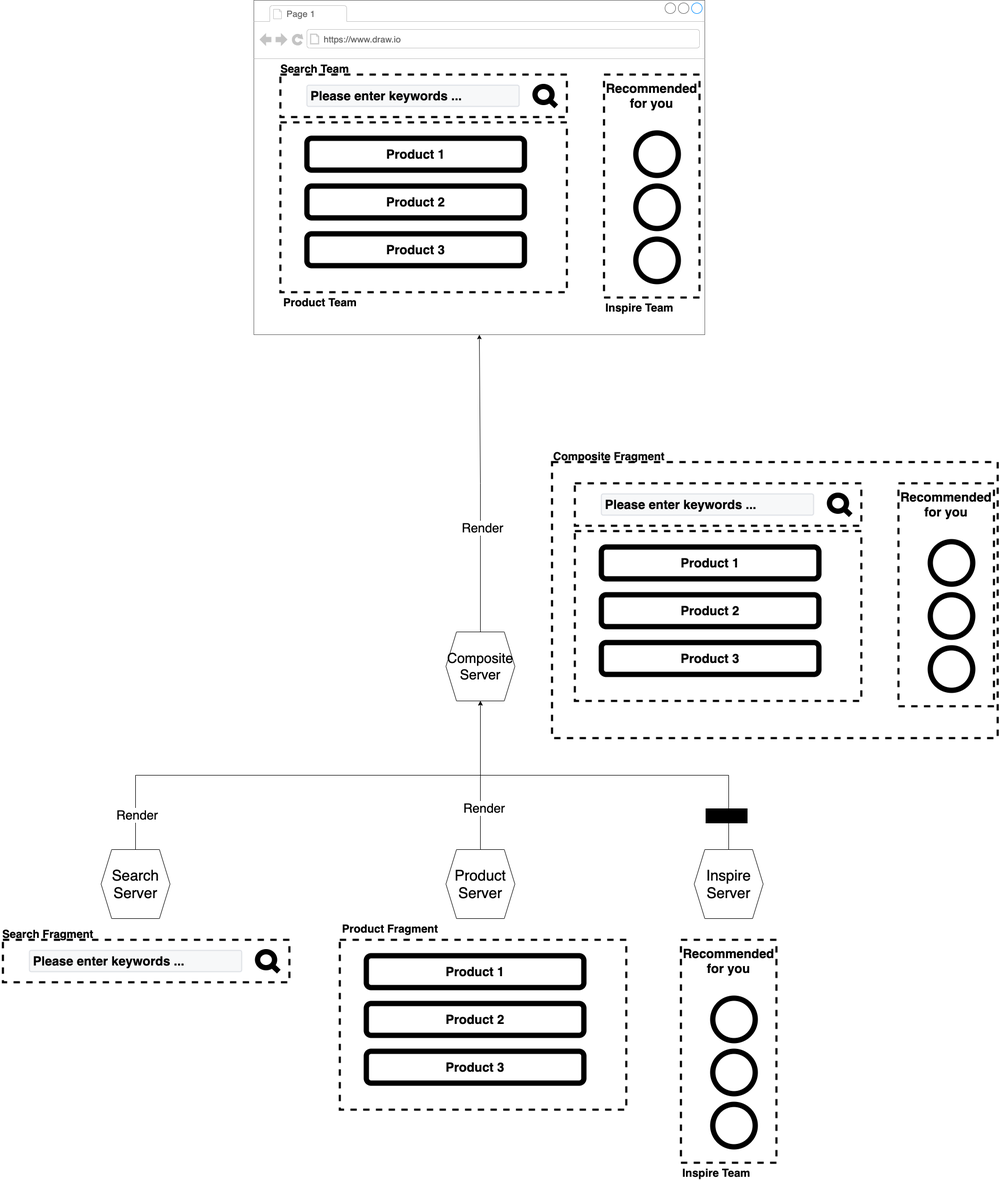
The draw.io diagram assets/images/drawio/microfrontends/server-side-composition.png in silverbirder/Introduction_to_Micro_Frontends, before a commit. Source tidied: cells renumbered, new cells last; positions are measured from the earlier drawing's top-left corner, leaving out a move shared by most shapes.
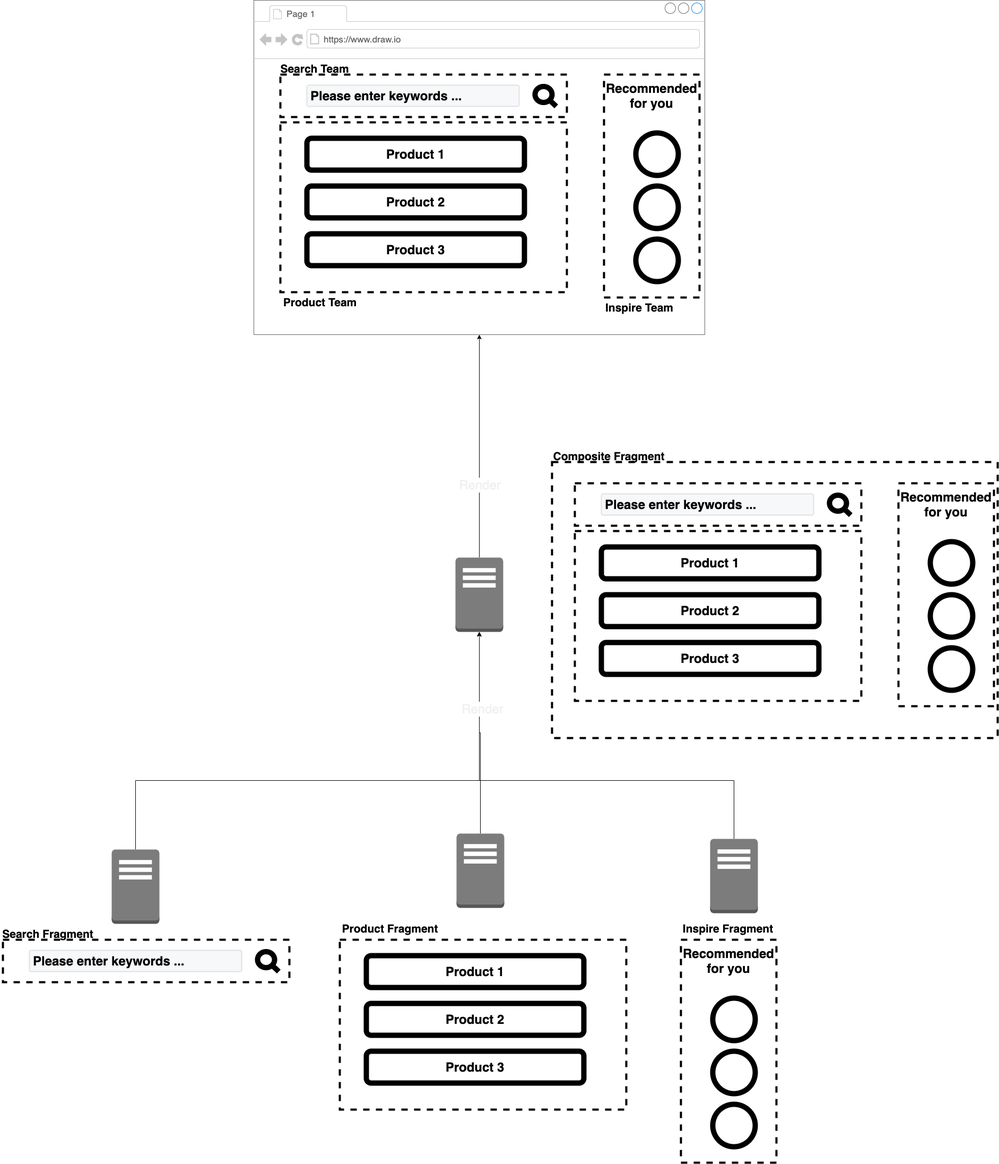
The same file after the commit.

Diff of the diagram source:
```diff
@@ -2,28 +2,6 @@
   <root>
     <mxCell id="0" />
     <mxCell id="1" parent="0" />
-    <mxCell id="2" style="edgeStyle=orthogonalEdgeStyle;rounded=0;jettySize=auto;html=1;exitX=0.5;exitY=0;exitDx=0;exitDy=0;" parent="1" edge="1" source="4" target="43">
-      <mxGeometry relative="1" as="geometry" />
-    </mxCell>
-    <mxCell id="3" value="&lt;span style=&quot;font-size: 24px&quot;&gt;Render&lt;/span&gt;" style="edgeLabel;html=1;align=center;verticalAlign=middle;" parent="2" vertex="1">
-      <mxGeometry x="-0.85" y="-2" relative="1" as="geometry">
-        <mxPoint y="1" as="offset" />
-      </mxGeometry>
-    </mxCell>
-    <mxCell id="4" value="&lt;font style=&quot;font-size: 28px&quot;&gt;Search Server&lt;/font&gt;" style="shape=hexagon;perimeter=hexagonPerimeter2;whiteSpace=wrap;html=1;fixedSize=1;" parent="1" vertex="1">
-      <mxGeometry x="190" y="1600" width="130" height="130" as="geometry" />
-    </mxCell>
-    <mxCell id="5" style="edgeStyle=orthogonalEdgeStyle;rounded=0;jettySize=auto;html=1;exitX=0.5;exitY=0;exitDx=0;exitDy=0;entryX=0.5;entryY=1;entryDx=0;entryDy=0;" parent="1" edge="1" source="7" target="43">
-      <mxGeometry relative="1" as="geometry" />
-    </mxCell>
-    <mxCell id="6" value="&lt;span style=&quot;font-size: 24px&quot;&gt;Render&lt;/span&gt;" style="edgeLabel;html=1;align=center;verticalAlign=middle;" parent="5" vertex="1">
-      <mxGeometry x="-0.44" y="-6" relative="1" as="geometry">
-        <mxPoint y="1" as="offset" />
-      </mxGeometry>
-    </mxCell>
-    <mxCell id="7" value="&lt;span style=&quot;font-size: 28px&quot;&gt;Product Server&lt;/span&gt;" style="shape=hexagon;perimeter=hexagonPerimeter2;whiteSpace=wrap;html=1;fixedSize=1;" parent="1" vertex="1">
-      <mxGeometry x="840" y="1600" width="130" height="130" as="geometry" />
-    </mxCell>
     <mxCell id="8" style="strokeWidth=1;shadow=0;dashed=0;align=center;html=1;shape=mxgraph.mockup.containers.browserWindow;rSize=0;strokeColor=#666666;strokeColor2=#008cff;strokeColor3=#c4c4c4;mainText=,;" parent="1" vertex="1">
       <mxGeometry x="478" width="850" height="630" as="geometry" />
     </mxCell>
@@ -120,18 +98,9 @@
     <mxCell id="39" value="&lt;b&gt;&lt;font style=&quot;font-size: 24px&quot;&gt;Recommended for you&lt;/font&gt;&lt;/b&gt;" style="text;html=1;strokeColor=none;fillColor=none;align=center;verticalAlign=middle;whiteSpace=wrap;rounded=0;" parent="1" vertex="1">
       <mxGeometry x="1283" y="1775" width="180" height="70" as="geometry" />
     </mxCell>
-    <mxCell id="40" value="&lt;b&gt;&lt;font style=&quot;font-size: 21px&quot;&gt;Inspire Team&lt;/font&gt;&lt;/b&gt;" style="text;html=1;strokeColor=none;fillColor=none;align=center;verticalAlign=middle;whiteSpace=wrap;rounded=0;dashed=1;" parent="1" vertex="1">
-      <mxGeometry x="1275" y="2200" width="150" height="20" as="geometry" />
+    <mxCell id="40" value="&lt;b&gt;&lt;font style=&quot;font-size: 21px&quot;&gt;Inspire Fragment&lt;/font&gt;&lt;/b&gt;" style="text;html=1;strokeColor=none;fillColor=none;align=center;verticalAlign=middle;whiteSpace=wrap;rounded=0;dashed=1;" parent="1" vertex="1">
+      <mxGeometry x="1281" y="1740" width="182" height="20" as="geometry" />
     </mxCell>
-    <mxCell id="41" style="edgeStyle=orthogonalEdgeStyle;rounded=0;jettySize=auto;html=1;exitX=0.5;exitY=0;exitDx=0;exitDy=0;" parent="1" edge="1" source="43" target="8">
-      <mxGeometry relative="1" as="geometry" />
-    </mxCell>
-    <mxCell id="42" value="&lt;font&gt;&lt;font style=&quot;font-size: 24px&quot;&gt;Render&lt;/font&gt;&lt;br&gt;&lt;/font&gt;" style="edgeLabel;html=1;align=center;verticalAlign=middle;" parent="41" vertex="1">
-      <mxGeometry x="-0.3" y="-3" relative="1" as="geometry" />
-    </mxCell>
-    <mxCell id="43" value="&lt;span style=&quot;font-size: 26px&quot;&gt;Composite&lt;br&gt;Server&lt;br&gt;&lt;/span&gt;" style="shape=hexagon;perimeter=hexagonPerimeter2;whiteSpace=wrap;html=1;fixedSize=1;" parent="1" vertex="1">
-      <mxGeometry x="840" y="1190" width="130" height="130" as="geometry" />
-    </mxCell>
     <mxCell id="44" style="rounded=0;whiteSpace=wrap;html=1;strokeWidth=4;dashed=1;fillColor=none;" parent="1" vertex="1">
       <mxGeometry x="1693" y="910" width="180" height="420" as="geometry" />
     </mxCell>
@@ -174,16 +143,47 @@
     <mxCell id="57" value="&lt;b&gt;&lt;font style=&quot;font-size: 21px&quot;&gt;Composite Fragment&lt;/font&gt;&lt;/b&gt;" style="text;html=1;strokeColor=none;fillColor=none;align=center;verticalAlign=middle;whiteSpace=wrap;rounded=0;dashed=1;" parent="1" vertex="1">
       <mxGeometry x="1040" y="850" width="215" height="20" as="geometry" />
     </mxCell>
-    <mxCell id="58" style="edgeStyle=orthogonalEdgeStyle;rounded=0;jettySize=auto;html=1;exitX=0.5;exitY=0;exitDx=0;exitDy=0;fontColor=none;" parent="1" edge="1" source="60" target="43">
-      <mxGeometry relative="1" as="geometry" />
-    </mxCell>
-    <mxCell id="59" value="&lt;span style=&quot;font-size: 24px&quot;&gt;Render&lt;/span&gt;" style="edgeLabel;html=1;align=center;verticalAlign=middle;labelBackgroundColor=#000000;" parent="58" vertex="1">
-      <mxGeometry x="-0.83" y="6" relative="1" as="geometry">
-        <mxPoint x="1" as="offset" />
-      </mxGeometry>
-    </mxCell>
-    <mxCell id="60" value="&lt;span style=&quot;font-size: 28px&quot;&gt;Inspire Server&lt;/span&gt;" style="shape=hexagon;perimeter=hexagonPerimeter2;whiteSpace=wrap;html=1;fixedSize=1;" parent="1" vertex="1">
-      <mxGeometry x="1308" y="1600" width="130" height="130" as="geometry" />
-    </mxCell>
+    <mxCell id="61" style="edgeStyle=orthogonalEdgeStyle;rounded=0;jettySize=auto;html=1;exitX=0.5;exitY=0;exitDx=0;exitDy=0;exitPerimeter=0;entryX=0.5;entryY=1;entryDx=0;entryDy=0;entryPerimeter=0;fontColor=#f0f0f0;" parent="1" edge="1" source="62" target="70">
+      <mxGeometry relative="1" as="geometry">
+        <Array as="points">
+          <mxPoint x="255" y="1470" />
+          <mxPoint x="903" y="1470" />
+        </Array>
+      </mxGeometry>
+    </mxCell>
+    <mxCell id="62" style="outlineConnect=0;dashed=0;verticalLabelPosition=bottom;verticalAlign=top;align=center;html=1;shape=mxgraph.aws3.traditional_server;fillColor=#7D7C7C;gradientColor=none;" parent="1" vertex="1">
+      <mxGeometry x="210" y="1600" width="90" height="140" as="geometry" />
+    </mxCell>
+    <mxCell id="63" style="edgeStyle=orthogonalEdgeStyle;rounded=0;jettySize=auto;html=1;exitX=0.5;exitY=0;exitDx=0;exitDy=0;exitPerimeter=0;fontColor=#f0f0f0;" parent="1" edge="1" source="64" target="70">
+      <mxGeometry relative="1" as="geometry" />
+    </mxCell>
+    <mxCell id="64" style="outlineConnect=0;dashed=0;verticalLabelPosition=bottom;verticalAlign=top;align=center;html=1;shape=mxgraph.aws3.traditional_server;fillColor=#7D7C7C;gradientColor=none;" parent="1" vertex="1">
+      <mxGeometry x="860" y="1570" width="90" height="140" as="geometry" />
+    </mxCell>
+    <mxCell id="65" style="edgeStyle=orthogonalEdgeStyle;rounded=0;jettySize=auto;html=1;exitX=0.5;exitY=0;exitDx=0;exitDy=0;exitPerimeter=0;entryX=0.5;entryY=1;entryDx=0;entryDy=0;entryPerimeter=0;fontColor=#f0f0f0;" parent="1" edge="1" source="67" target="70">
+      <mxGeometry relative="1" as="geometry">
+        <Array as="points">
+          <mxPoint x="1383" y="1470" />
+          <mxPoint x="903" y="1470" />
+        </Array>
+      </mxGeometry>
+    </mxCell>
+    <mxCell id="66" value="&lt;font style=&quot;font-size: 24px&quot;&gt;Render&lt;/font&gt;" style="edgeLabel;html=1;align=center;verticalAlign=middle;fontColor=#f0f0f0;" parent="65" vertex="1">
+      <mxGeometry x="0.67" y="-5" relative="1" as="geometry" />
+    </mxCell>
+    <mxCell id="67" style="outlineConnect=0;dashed=0;verticalLabelPosition=bottom;verticalAlign=top;align=center;html=1;shape=mxgraph.aws3.traditional_server;fillColor=#7D7C7C;gradientColor=none;" parent="1" vertex="1">
+      <mxGeometry x="1338" y="1580" width="90" height="140" as="geometry" />
+    </mxCell>
+    <mxCell id="68" style="edgeStyle=orthogonalEdgeStyle;rounded=0;jettySize=auto;html=1;exitX=0.5;exitY=0;exitDx=0;exitDy=0;exitPerimeter=0;fontColor=#f0f0f0;" parent="1" edge="1" source="70" target="8">
+      <mxGeometry relative="1" as="geometry" />
+    </mxCell>
+    <mxCell id="69" value="&lt;span style=&quot;font-size: 24px&quot;&gt;Render&lt;/span&gt;" style="edgeLabel;html=1;align=center;verticalAlign=middle;fontColor=#f0f0f0;" parent="68" vertex="1">
+      <mxGeometry x="-0.34" relative="1" as="geometry">
+        <mxPoint y="1" as="offset" />
+      </mxGeometry>
+    </mxCell>
+    <mxCell id="70" style="outlineConnect=0;dashed=0;verticalLabelPosition=bottom;verticalAlign=top;align=center;html=1;shape=mxgraph.aws3.traditional_server;fillColor=#7D7C7C;gradientColor=none;" parent="1" vertex="1">
+      <mxGeometry x="858" y="1050" width="90" height="140" as="geometry" />
+    </mxCell>
   </root>
 </mxGraphModel>
```
